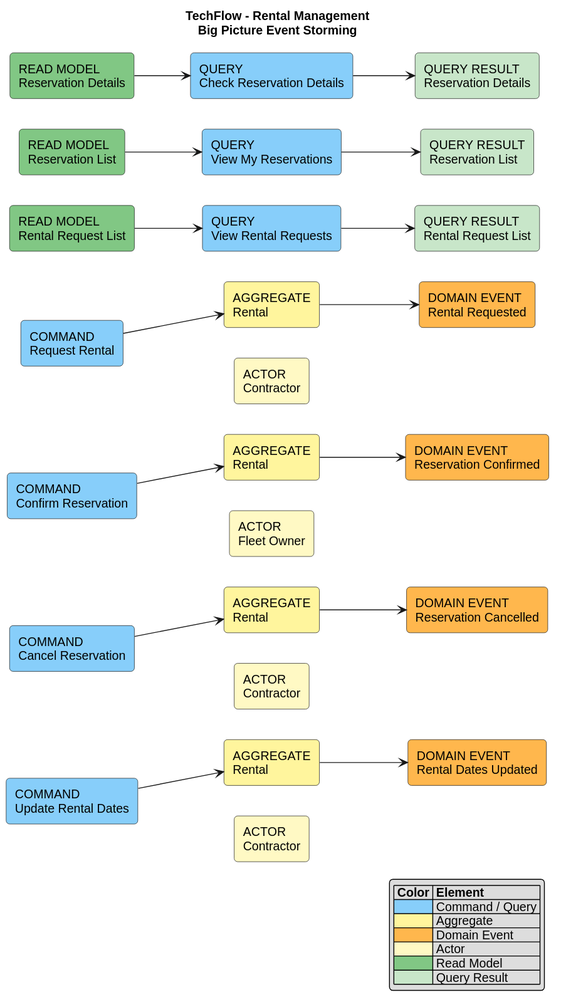
The PlantUML diagram assets/architecture/event-storming-rendered/rental-management-design-level.svg in TechnoLoad-TechFlow/TechFlow, before a commit. The source it was exported from:
```plantuml
@startuml
title TechFlow - Rental Management\nBig Picture Event Storming

left to right direction
skinparam shadowing false
skinparam roundcorner 8
skinparam defaultFontName Arial


rectangle "COMMAND\nRequest Rental" as CMD_REQUEST #87CEFA
rectangle "AGGREGATE\nRental" as AGG_REQUEST #FFF59D
rectangle "ACTOR\nContractor" as ACT_REQUEST #FFF9C4
rectangle "COMMAND\nConfirm Reservation" as CMD_CONFIRM #87CEFA
rectangle "AGGREGATE\nRental" as AGG_CONFIRM #FFF59D
rectangle "ACTOR\nFleet Owner" as ACT_CONFIRM #FFF9C4
rectangle "COMMAND\nCancel Reservation" as CMD_CANCEL #87CEFA
rectangle "AGGREGATE\nRental" as AGG_CANCEL #FFF59D
rectangle "ACTOR\nContractor" as ACT_CANCEL #FFF9C4
rectangle "COMMAND\nUpdate Rental Dates" as CMD_UPDATE_DATES #87CEFA
rectangle "AGGREGATE\nRental" as AGG_UPDATE_DATES #FFF59D
rectangle "ACTOR\nContractor" as ACT_UPDATE_DATES #FFF9C4

rectangle "DOMAIN EVENT\nRental Requested" as EVT_REQUESTED #FFB74D
rectangle "DOMAIN EVENT\nReservation Confirmed" as EVT_CONFIRMED #FFB74D
rectangle "DOMAIN EVENT\nReservation Cancelled" as EVT_CANCELLED #FFB74D
rectangle "DOMAIN EVENT\nRental Dates Updated" as EVT_DATES_UPDATED #FFB74D

rectangle "READ MODEL\nRental Request List" as READ_REQUESTS #81C784
rectangle "QUERY\nView Rental Requests" as QUERY_REQUESTS #87CEFA
rectangle "QUERY RESULT\nRental Request List" as RESULT_REQUESTS #C8E6C9

rectangle "READ MODEL\nReservation List" as READ_RESERVATIONS #81C784
rectangle "QUERY\nView My Reservations" as QUERY_RESERVATIONS #87CEFA
rectangle "QUERY RESULT\nReservation List" as RESULT_RESERVATIONS #C8E6C9

rectangle "READ MODEL\nReservation Details" as READ_DETAILS #81C784
rectangle "QUERY\nCheck Reservation Details" as QUERY_DETAILS #87CEFA
rectangle "QUERY RESULT\nReservation Details" as RESULT_DETAILS #C8E6C9


CMD_REQUEST --> AGG_REQUEST
AGG_REQUEST --> EVT_REQUESTED
ACT_REQUEST -[hidden]up-> CMD_REQUEST

CMD_CONFIRM --> AGG_CONFIRM
AGG_CONFIRM --> EVT_CONFIRMED
ACT_CONFIRM -[hidden]up-> CMD_CONFIRM

CMD_CANCEL --> AGG_CANCEL
AGG_CANCEL --> EVT_CANCELLED
ACT_CANCEL -[hidden]up-> CMD_CANCEL

CMD_UPDATE_DATES --> AGG_UPDATE_DATES
AGG_UPDATE_DATES --> EVT_DATES_UPDATED
ACT_UPDATE_DATES -[hidden]up-> CMD_UPDATE_DATES


READ_REQUESTS --> QUERY_REQUESTS
QUERY_REQUESTS --> RESULT_REQUESTS
READ_RESERVATIONS --> QUERY_RESERVATIONS
QUERY_RESERVATIONS --> RESULT_RESERVATIONS
READ_DETAILS --> QUERY_DETAILS
QUERY_DETAILS --> RESULT_DETAILS

legend right
|= Color |= Element |
|<#87CEFA>| Command / Query |
|<#FFF59D>| Aggregate |
|<#FFB74D>| Domain Event |
|<#FFF9C4>| Actor |
|<#81C784>| Read Model |
|<#C8E6C9>| Query Result |
endlegend
@enduml
```
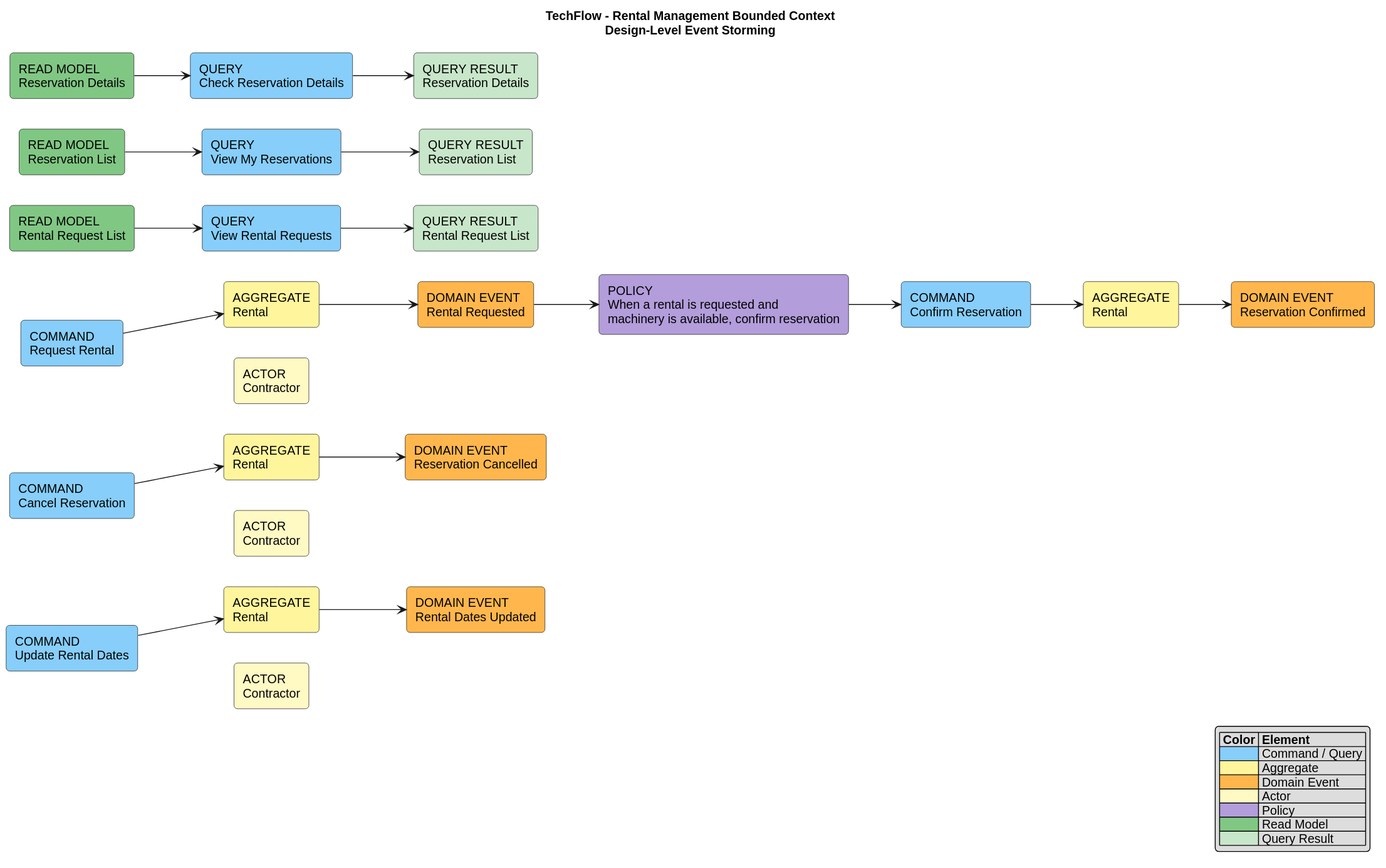
After the change.

Diff of the diagram source:
```diff
@@ -1,5 +1,5 @@
 @startuml
-title TechFlow - Rental Management\nBig Picture Event Storming
+title TechFlow - Rental Management Bounded Context\nDesign-Level Event Storming
 
 left to right direction
 skinparam shadowing false
@@ -12,7 +12,6 @@
 rectangle "ACTOR\nContractor" as ACT_REQUEST #FFF9C4
 rectangle "COMMAND\nConfirm Reservation" as CMD_CONFIRM #87CEFA
 rectangle "AGGREGATE\nRental" as AGG_CONFIRM #FFF59D
-rectangle "ACTOR\nFleet Owner" as ACT_CONFIRM #FFF9C4
 rectangle "COMMAND\nCancel Reservation" as CMD_CANCEL #87CEFA
 rectangle "AGGREGATE\nRental" as AGG_CANCEL #FFF59D
 rectangle "ACTOR\nContractor" as ACT_CANCEL #FFF9C4
@@ -24,6 +23,8 @@
 rectangle "DOMAIN EVENT\nReservation Confirmed" as EVT_CONFIRMED #FFB74D
 rectangle "DOMAIN EVENT\nReservation Cancelled" as EVT_CANCELLED #FFB74D
 rectangle "DOMAIN EVENT\nRental Dates Updated" as EVT_DATES_UPDATED #FFB74D
+
+rectangle "POLICY\nWhen a rental is requested and\nmachinery is available, confirm reservation" as POL_CONFIRM_AVAILABLE #B39DDB
 
 rectangle "READ MODEL\nRental Request List" as READ_REQUESTS #81C784
 rectangle "QUERY\nView Rental Requests" as QUERY_REQUESTS #87CEFA
@@ -44,7 +45,6 @@
 
 CMD_CONFIRM --> AGG_CONFIRM
 AGG_CONFIRM --> EVT_CONFIRMED
-ACT_CONFIRM -[hidden]up-> CMD_CONFIRM
 
 CMD_CANCEL --> AGG_CANCEL
 AGG_CANCEL --> EVT_CANCELLED
@@ -53,6 +53,9 @@
 CMD_UPDATE_DATES --> AGG_UPDATE_DATES
 AGG_UPDATE_DATES --> EVT_DATES_UPDATED
 ACT_UPDATE_DATES -[hidden]up-> CMD_UPDATE_DATES
+
+EVT_REQUESTED --> POL_CONFIRM_AVAILABLE
+POL_CONFIRM_AVAILABLE --> CMD_CONFIRM
 
 
 READ_REQUESTS --> QUERY_REQUESTS
@@ -68,6 +71,7 @@
 |<#FFF59D>| Aggregate |
 |<#FFB74D>| Domain Event |
 |<#FFF9C4>| Actor |
+|<#B39DDB>| Policy |
 |<#81C784>| Read Model |
 |<#C8E6C9>| Query Result |
 endlegend
```
